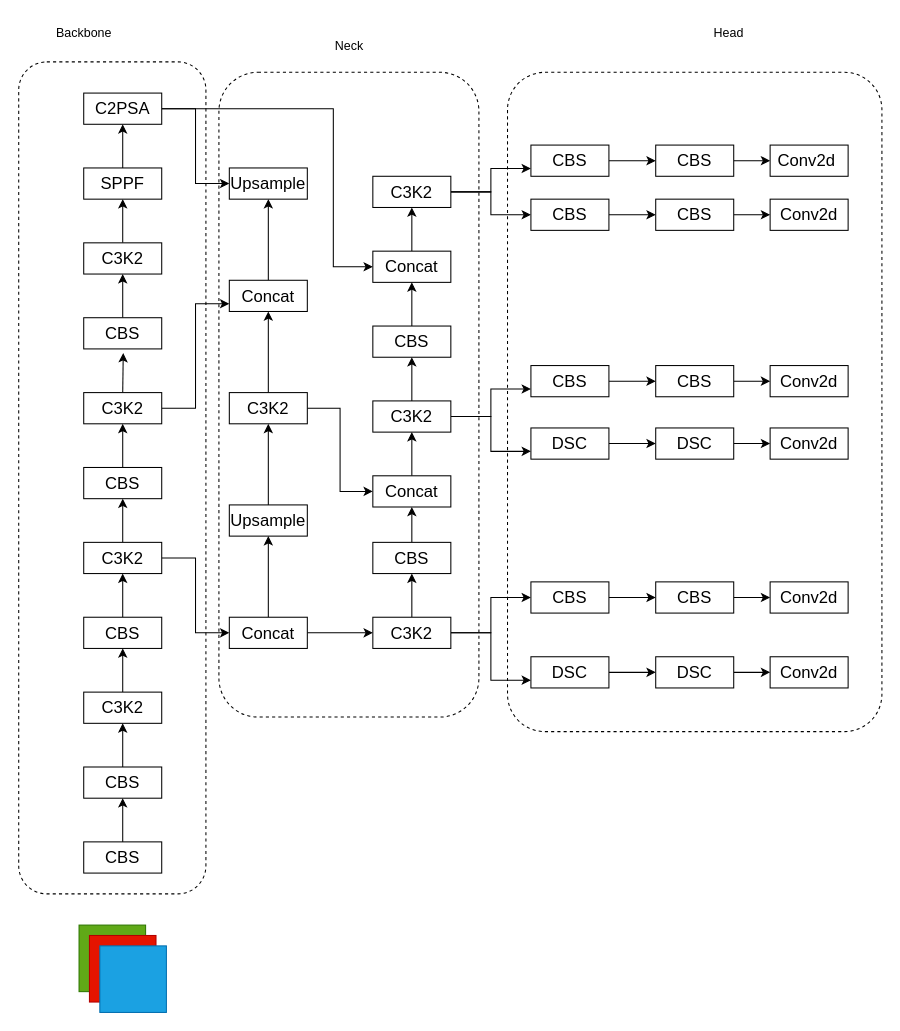
Earlier version of the draw.io diagram 专利网络结构图.drawio (HTMLCSS-XD/draw.io). Source tidied: cells renumbered, new cells numbered last; positions are measured from the earlier drawing's top-left corner, leaving out a move shared by most shapes. Both pictures are drawn from the tidied source at 104%, with x=0, y=0 at pixel (19, 18).
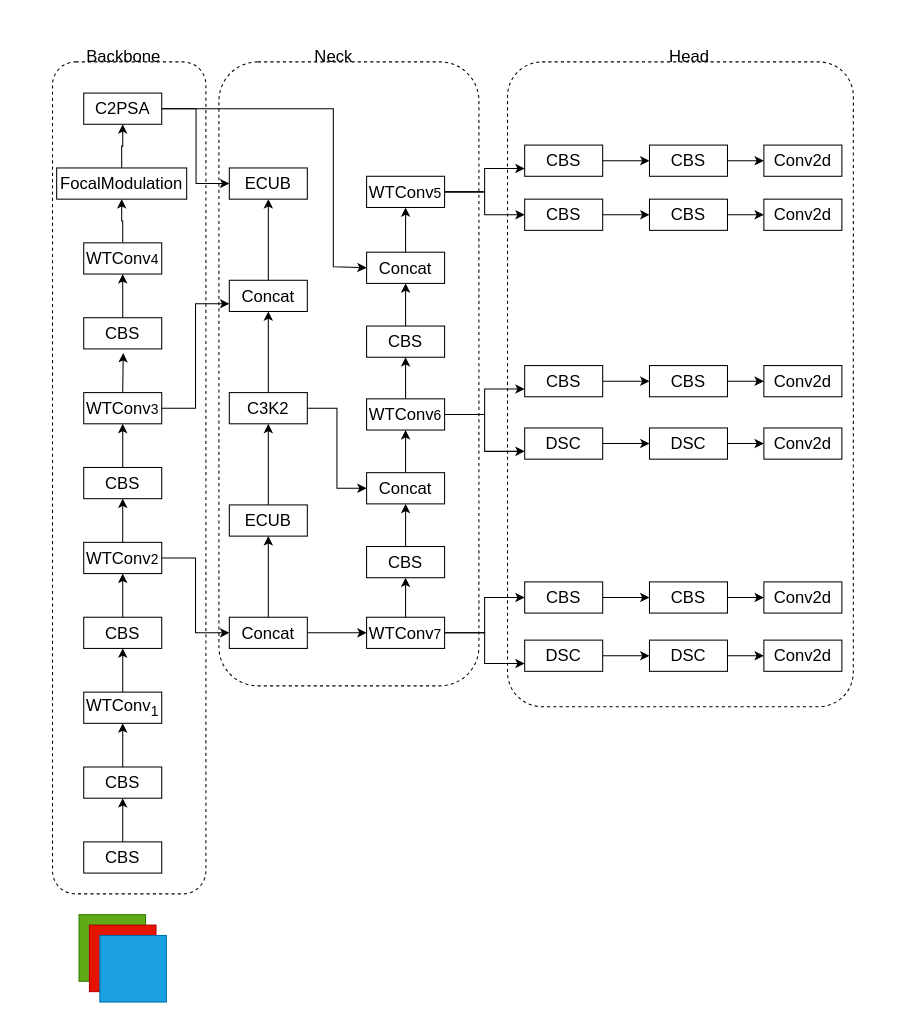
The same page after the edit.

Commit message (it also covers changes not shown here):
更新专利网络结构图.drawio

The change refers to these unchanged cells:
```xml
<mxCell id="7" value="C2PSA" style="rounded=0;whiteSpace=wrap;html=1;fontSize=16;" parent="1" vertex="1">
  <mxGeometry x="62" y="72" width="75" height="30" as="geometry" />
</mxCell>
```

The edit, as a diff of the source:
```diff
@@
     <mxCell id="2" style="rounded=1;whiteSpace=wrap;html=1;fillColor=none;dashed=1;arcSize=10;" parent="1" vertex="1">
-      <mxGeometry x="469.5" y="52" width="360" height="634" as="geometry" />
+      <mxGeometry x="469.5" y="42" width="332.5" height="620" as="geometry" />
     </mxCell>
     <mxCell id="3" style="rounded=1;whiteSpace=wrap;html=1;fillColor=none;dashed=1;" parent="1" vertex="1">
-      <mxGeometry x="192" y="52" width="250" height="620" as="geometry" />
+      <mxGeometry x="192" y="42" width="250" height="600" as="geometry" />
     </mxCell>
     <mxCell id="4" style="rounded=1;whiteSpace=wrap;html=1;fillColor=none;dashed=1;" parent="1" vertex="1">
-      <mxGeometry x="-0.5" y="42" width="180" height="800" as="geometry" />
+      <mxGeometry x="32" y="42" width="147.5" height="800" as="geometry" />
     </mxCell>
     <mxCell id="5" style="edgeStyle=orthogonalEdgeStyle;rounded=0;jettySize=auto;html=1;entryX=0;entryY=0.5;entryDx=0;entryDy=0;" parent="1" edge="1" source="7" target="30">
-      <mxGeometry relative="1" as="geometry" />
+      <mxGeometry relative="1" as="geometry">
+        <Array as="points">
+          <mxPoint x="170" y="87" />
+          <mxPoint x="170" y="159" />
+        </Array>
+      </mxGeometry>
     </mxCell>
@@
-    <mxCell id="9" value="SPPF" style="rounded=0;whiteSpace=wrap;html=1;fontSize=16;" parent="1" vertex="1">
-      <mxGeometry x="62" y="144" width="75" height="30" as="geometry" />
+    <mxCell id="9" value="FocalModulation" style="rounded=0;whiteSpace=wrap;html=1;fontSize=16;" parent="1" vertex="1">
+      <mxGeometry x="36" y="144" width="125" height="30" as="geometry" />
     </mxCell>
@@
-    <mxCell id="11" value="C3K2" style="rounded=0;whiteSpace=wrap;html=1;fontSize=16;" parent="1" vertex="1">
+    <mxCell id="11" value="WTConv&lt;span style=&quot;font-size: 13.3333px;&quot;&gt;4&lt;/span&gt;" style="rounded=0;whiteSpace=wrap;html=1;fontSize=16;" parent="1" vertex="1">
       <mxGeometry x="62" y="216" width="75" height="30" as="geometry" />
     </mxCell>
@@
-    <mxCell id="16" value="C3K2" style="rounded=0;whiteSpace=wrap;html=1;fontSize=16;" parent="1" vertex="1">
+    <mxCell id="16" value="WTConv&lt;span style=&quot;font-size: 13.3333px;&quot;&gt;3&lt;/span&gt;" style="rounded=0;whiteSpace=wrap;html=1;fontSize=16;" parent="1" vertex="1">
       <mxGeometry x="62" y="360" width="75" height="30" as="geometry" />
     </mxCell>
@@
-    <mxCell id="21" value="C3K2" style="rounded=0;whiteSpace=wrap;html=1;fontSize=16;" parent="1" vertex="1">
+    <mxCell id="21" value="WTConv&lt;span style=&quot;font-size: 13.3333px;&quot;&gt;2&lt;/span&gt;" style="rounded=0;whiteSpace=wrap;html=1;fontSize=16;" parent="1" vertex="1">
       <mxGeometry x="62" y="504" width="75" height="30" as="geometry" />
     </mxCell>
@@
-    <mxCell id="25" value="C3K2" style="rounded=0;whiteSpace=wrap;html=1;fontSize=16;" parent="1" vertex="1">
+    <mxCell id="25" value="WTConv&lt;sub&gt;1&lt;/sub&gt;" style="rounded=0;whiteSpace=wrap;html=1;fontSize=16;" parent="1" vertex="1">
       <mxGeometry x="62" y="648" width="75" height="30" as="geometry" />
     </mxCell>
@@
-    <mxCell id="30" value="Upsample" style="rounded=0;whiteSpace=wrap;html=1;fontSize=16;" parent="1" vertex="1">
+    <mxCell id="30" value="ECUB" style="rounded=0;whiteSpace=wrap;html=1;fontSize=16;" parent="1" vertex="1">
       <mxGeometry x="202" y="144" width="75" height="30" as="geometry" />
     </mxCell>
@@
     <mxCell id="34" value="CBS" style="rounded=0;whiteSpace=wrap;html=1;fontSize=16;" parent="1" vertex="1">
-      <mxGeometry x="340" y="504" width="75" height="30" as="geometry" />
+      <mxGeometry x="334" y="508" width="75" height="30" as="geometry" />
     </mxCell>
@@
     <mxCell id="36" value="Concat" style="rounded=0;whiteSpace=wrap;html=1;fontSize=16;" parent="1" vertex="1">
-      <mxGeometry x="340" y="440" width="75" height="30" as="geometry" />
+      <mxGeometry x="334" y="437" width="75" height="30" as="geometry" />
     </mxCell>
@@
-    <mxCell id="41" value="Upsample" style="rounded=0;whiteSpace=wrap;html=1;fontSize=16;" parent="1" vertex="1">
+    <mxCell id="41" value="ECUB" style="rounded=0;whiteSpace=wrap;html=1;fontSize=16;" parent="1" vertex="1">
       <mxGeometry x="202" y="468" width="75" height="30" as="geometry" />
     </mxCell>
@@
-    <mxCell id="47" value="C3K2" style="rounded=0;whiteSpace=wrap;html=1;fontSize=16;" parent="1" vertex="1">
-      <mxGeometry x="340" y="152" width="75" height="30" as="geometry" />
+    <mxCell id="47" value="WTConv&lt;span style=&quot;font-size: 13.3333px;&quot;&gt;5&lt;/span&gt;" style="rounded=0;whiteSpace=wrap;html=1;fontSize=16;" parent="1" vertex="1">
+      <mxGeometry x="334" y="152" width="75" height="30" as="geometry" />
     </mxCell>
@@
     <mxCell id="49" value="Concat" style="rounded=0;whiteSpace=wrap;html=1;fontSize=16;" parent="1" vertex="1">
-      <mxGeometry x="340" y="224" width="75" height="30" as="geometry" />
+      <mxGeometry x="334" y="225" width="75" height="30" as="geometry" />
     </mxCell>
@@
     <mxCell id="51" value="CBS" style="rounded=0;whiteSpace=wrap;html=1;fontSize=16;" parent="1" vertex="1">
-      <mxGeometry x="340" y="296" width="75" height="30" as="geometry" />
+      <mxGeometry x="334" y="296" width="75" height="30" as="geometry" />
     </mxCell>
@@
-    <mxCell id="55" value="C3K2" style="rounded=0;whiteSpace=wrap;html=1;fontSize=16;" parent="1" vertex="1">
-      <mxGeometry x="340" y="368" width="75" height="30" as="geometry" />
+    <mxCell id="55" value="WTConv&lt;span style=&quot;font-size: 13.3333px;&quot;&gt;6&lt;/span&gt;" style="rounded=0;whiteSpace=wrap;html=1;fontSize=16;" parent="1" vertex="1">
+      <mxGeometry x="334" y="366" width="75" height="30" as="geometry" />
     </mxCell>
@@
-    <mxCell id="59" value="C3K2" style="rounded=0;whiteSpace=wrap;html=1;fontSize=16;" parent="1" vertex="1">
-      <mxGeometry x="340" y="576" width="75" height="30" as="geometry" />
+    <mxCell id="59" value="WTConv&lt;span style=&quot;font-size: 13.3333px;&quot;&gt;7&lt;/span&gt;" style="rounded=0;whiteSpace=wrap;html=1;fontSize=16;" parent="1" vertex="1">
+      <mxGeometry x="334" y="576" width="75" height="30" as="geometry" />
     </mxCell>
@@
     <mxCell id="61" value="CBS" style="rounded=0;whiteSpace=wrap;html=1;fontSize=16;" parent="1" vertex="1">
-      <mxGeometry x="492" y="122" width="75" height="30" as="geometry" />
+      <mxGeometry x="486" y="122" width="75" height="30" as="geometry" />
     </mxCell>
-    <mxCell id="62" value="Conv2d&lt;font id=&quot;3&quot; lang=&quot;zh-CN&quot; translate=&quot;no&quot; class=&quot;notranslate immersive-translate-target-wrapper&quot;&gt;&amp;nbsp; &lt;font class=&quot;immersive-translate-loading-spinner notranslate&quot;&gt;&lt;/font&gt;&lt;/font&gt;" style="rounded=0;whiteSpace=wrap;html=1;fontSize=16;" parent="1" vertex="1">
-      <mxGeometry x="722" y="122" width="75" height="30" as="geometry" />
+    <mxCell id="62" value="Conv2d" style="rounded=0;whiteSpace=wrap;html=1;fontSize=16;" parent="1" vertex="1">
+      <mxGeometry x="716" y="122" width="75" height="30" as="geometry" />
     </mxCell>
@@
     <mxCell id="64" value="CBS" style="rounded=0;whiteSpace=wrap;html=1;fontSize=16;" parent="1" vertex="1">
-      <mxGeometry x="612" y="122" width="75" height="30" as="geometry" />
+      <mxGeometry x="606" y="122" width="75" height="30" as="geometry" />
     </mxCell>
@@
     <mxCell id="66" value="CBS" style="rounded=0;whiteSpace=wrap;html=1;fontSize=16;" parent="1" vertex="1">
-      <mxGeometry x="492" y="174" width="75" height="30" as="geometry" />
+      <mxGeometry x="486" y="174" width="75" height="30" as="geometry" />
     </mxCell>
     <mxCell id="67" value="Conv2d" style="rounded=0;whiteSpace=wrap;html=1;fontSize=16;" parent="1" vertex="1">
-      <mxGeometry x="722" y="174" width="75" height="30" as="geometry" />
+      <mxGeometry x="716" y="174" width="75" height="30" as="geometry" />
     </mxCell>
@@
     <mxCell id="69" value="CBS" style="rounded=0;whiteSpace=wrap;html=1;fontSize=16;" parent="1" vertex="1">
-      <mxGeometry x="612" y="174" width="75" height="30" as="geometry" />
+      <mxGeometry x="606" y="174" width="75" height="30" as="geometry" />
     </mxCell>
@@
     <mxCell id="71" value="CBS" style="rounded=0;whiteSpace=wrap;html=1;fontSize=16;" parent="1" vertex="1">
-      <mxGeometry x="492" y="334" width="75" height="30" as="geometry" />
+      <mxGeometry x="486" y="334" width="75" height="30" as="geometry" />
     </mxCell>
     <mxCell id="72" value="Conv2d" style="rounded=0;whiteSpace=wrap;html=1;fontSize=16;" parent="1" vertex="1">
-      <mxGeometry x="722" y="334" width="75" height="30" as="geometry" />
+      <mxGeometry x="716" y="334" width="75" height="30" as="geometry" />
     </mxCell>
@@
     <mxCell id="74" value="CBS" style="rounded=0;whiteSpace=wrap;html=1;fontSize=16;" parent="1" vertex="1">
-      <mxGeometry x="612" y="334" width="75" height="30" as="geometry" />
+      <mxGeometry x="606" y="334" width="75" height="30" as="geometry" />
     </mxCell>
@@
     <mxCell id="76" value="DSC" style="rounded=0;whiteSpace=wrap;html=1;fontSize=16;" parent="1" vertex="1">
-      <mxGeometry x="492" y="394" width="75" height="30" as="geometry" />
+      <mxGeometry x="486" y="394" width="75" height="30" as="geometry" />
     </mxCell>
     <mxCell id="77" value="Conv2d" style="rounded=0;whiteSpace=wrap;html=1;fontSize=16;" parent="1" vertex="1">
-      <mxGeometry x="722" y="394" width="75" height="30" as="geometry" />
+      <mxGeometry x="716" y="394" width="75" height="30" as="geometry" />
     </mxCell>
@@
     <mxCell id="79" value="DSC" style="rounded=0;whiteSpace=wrap;html=1;fontSize=16;" parent="1" vertex="1">
-      <mxGeometry x="612" y="394" width="75" height="30" as="geometry" />
+      <mxGeometry x="606" y="394" width="75" height="30" as="geometry" />
     </mxCell>
@@
     <mxCell id="81" value="CBS" style="rounded=0;whiteSpace=wrap;html=1;fontSize=16;" parent="1" vertex="1">
-      <mxGeometry x="492" y="542" width="75" height="30" as="geometry" />
+      <mxGeometry x="486" y="542" width="75" height="30" as="geometry" />
     </mxCell>
     <mxCell id="82" value="Conv2d" style="rounded=0;whiteSpace=wrap;html=1;fontSize=16;" parent="1" vertex="1">
-      <mxGeometry x="722" y="542" width="75" height="30" as="geometry" />
+      <mxGeometry x="716" y="542" width="75" height="30" as="geometry" />
     </mxCell>
@@
     <mxCell id="84" value="CBS" style="rounded=0;whiteSpace=wrap;html=1;fontSize=16;" parent="1" vertex="1">
-      <mxGeometry x="612" y="542" width="75" height="30" as="geometry" />
+      <mxGeometry x="606" y="542" width="75" height="30" as="geometry" />
     </mxCell>
@@
     <mxCell id="86" value="DSC" style="rounded=0;whiteSpace=wrap;html=1;fontSize=16;" parent="1" vertex="1">
-      <mxGeometry x="492" y="614" width="75" height="30" as="geometry" />
+      <mxGeometry x="486" y="598" width="75" height="30" as="geometry" />
     </mxCell>
     <mxCell id="87" value="Conv2d" style="rounded=0;whiteSpace=wrap;html=1;fontSize=16;" parent="1" vertex="1">
-      <mxGeometry x="722" y="614" width="75" height="30" as="geometry" />
+      <mxGeometry x="716" y="598" width="75" height="30" as="geometry" />
     </mxCell>
@@
     <mxCell id="89" value="DSC" style="rounded=0;whiteSpace=wrap;html=1;fontSize=16;" parent="1" vertex="1">
-      <mxGeometry x="612" y="614" width="75" height="30" as="geometry" />
+      <mxGeometry x="606" y="598" width="75" height="30" as="geometry" />
     </mxCell>
     <mxCell id="90" style="rounded=0;whiteSpace=wrap;html=1;fillColor=#60a917;fontColor=#ffffff;strokeColor=#2D7600;" parent="1" vertex="1">
-      <mxGeometry x="57.5" y="872" width="64" height="64" as="geometry" />
+      <mxGeometry x="57.5" y="862" width="64" height="64" as="geometry" />
     </mxCell>
     <mxCell id="91" style="rounded=0;whiteSpace=wrap;html=1;fillColor=#e51400;fontColor=#ffffff;strokeColor=#B20000;" parent="1" vertex="1">
-      <mxGeometry x="67.5" y="882" width="64" height="64" as="geometry" />
+      <mxGeometry x="67.5" y="872" width="64" height="64" as="geometry" />
     </mxCell>
     <mxCell id="92" style="rounded=0;whiteSpace=wrap;html=1;fillColor=#1ba1e2;fontColor=#ffffff;strokeColor=#006EAF;" parent="1" vertex="1">
-      <mxGeometry x="77.5" y="892" width="64" height="64" as="geometry" />
+      <mxGeometry x="77.5" y="882" width="64" height="64" as="geometry" />
     </mxCell>
-    <mxCell id="93" value="Backbone" style="text;html=1;align=center;verticalAlign=middle;strokeColor=none;fillColor=none;" parent="1" vertex="1">
-      <mxGeometry x="22" width="80" height="30" as="geometry" />
+    <mxCell id="93" value="Backbone" style="text;html=1;align=center;verticalAlign=middle;strokeColor=none;fillColor=none;fontSize=16;" parent="1" vertex="1">
+      <mxGeometry x="54.5" y="22" width="90" height="30" as="geometry" />
     </mxCell>
-    <mxCell id="94" value="Neck" style="text;html=1;align=center;verticalAlign=middle;strokeColor=none;fillColor=none;" parent="1" vertex="1">
-      <mxGeometry x="292" y="12" width="50" height="30" as="geometry" />
+    <mxCell id="94" value="Neck" style="text;html=1;align=center;verticalAlign=middle;strokeColor=none;fillColor=none;fontSize=16;" parent="1" vertex="1">
+      <mxGeometry x="272" y="22" width="60" height="30" as="geometry" />
     </mxCell>
-    <mxCell id="95" value="Head" style="text;html=1;align=center;verticalAlign=middle;strokeColor=none;fillColor=none;" parent="1" vertex="1">
-      <mxGeometry x="657" width="50" height="30" as="geometry" />
+    <mxCell id="95" value="&lt;font style=&quot;font-size: 16px;&quot;&gt;Head&lt;/font&gt;" style="text;html=1;align=center;verticalAlign=middle;strokeColor=none;fillColor=none;" parent="1" vertex="1">
+      <mxGeometry x="613.5" y="22" width="60" height="30" as="geometry" />
     </mxCell>
```
